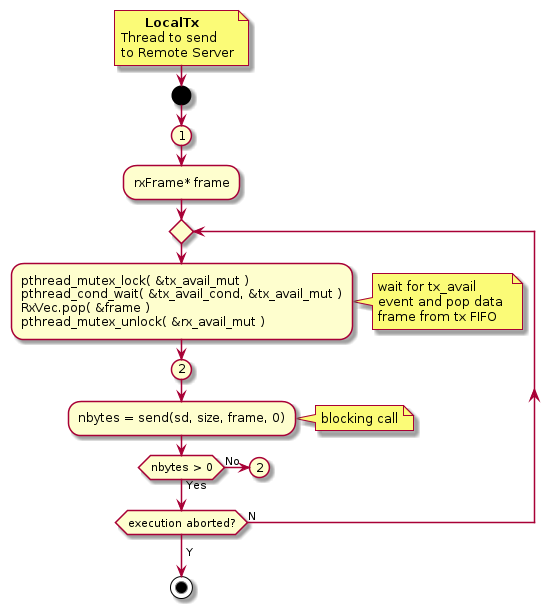
ElectroQuanta/MDO keeps this PlantUML diagram as Proj/report/img/flow-local-tx.png. Above is the earlier version. Its diagram source:
```plantuml
@startuml
  note right
        <b>LocalTx</b>
  Thread to send
  to Remote Server
  end note
start
(1)
	:rxFrame* frame;
    repeat
		:pthread_mutex_lock( &tx_avail_mut )
		pthread_cond_wait( &tx_avail_cond, &tx_avail_mut )
		RxVec.pop( &frame )
		pthread_mutex_unlock( &rx_avail_mut );
            note right
				wait for tx_avail
				event and pop data
				frame from tx FIFO
            end note
		(2)
		:nbytes = send(sd, size, frame, 0);
		note right
			blocking call
		end note

		if (nbytes > 0) then (Yes)
		else (No)
		(2)
		detach
		endif
    repeat while(execution aborted?) is (N)
	->Y;
	stop

@enduml
```
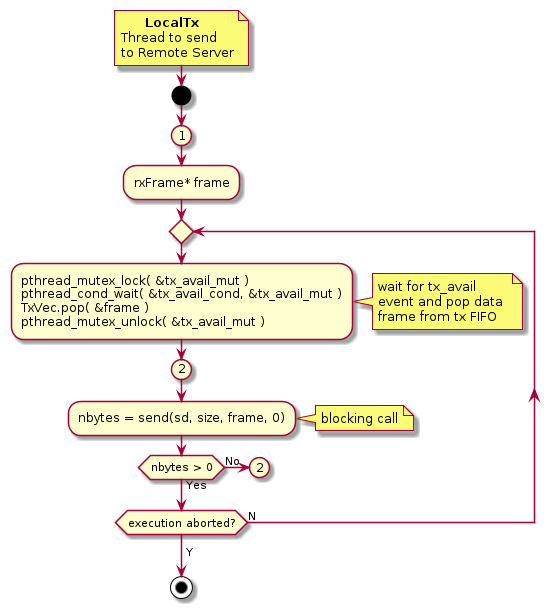
The same diagram one commit later.

Commit message:
ADD: Local flowcharts explanation

What changed in the source:
```diff
@@ -10,8 +10,8 @@
     repeat
 		:pthread_mutex_lock( &tx_avail_mut )
 		pthread_cond_wait( &tx_avail_cond, &tx_avail_mut )
-		RxVec.pop( &frame )
-		pthread_mutex_unlock( &rx_avail_mut );
+		TxVec.pop( &frame )
+		pthread_mutex_unlock( &tx_avail_mut );
             note right
 				wait for tx_avail
 				event and pop data
```
